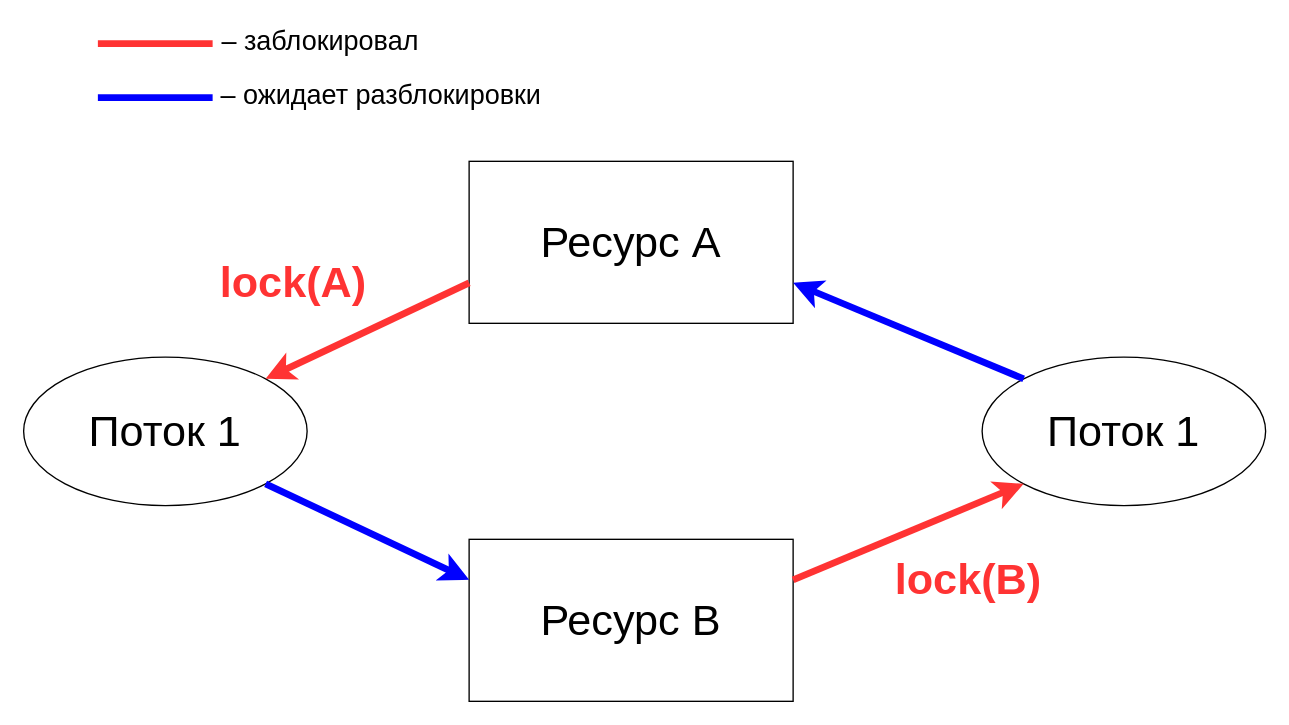
Above: page "Deadlock" (6 of 6) of docs/source/_static/OS/Process/Proc_All.drawio in Steindvart/My_study (draw.io), before the change. Source tidied: cells renumbered, new cells numbered last; positions are measured from the earlier drawing's top-left corner, leaving out a move shared by most shapes. Both pictures are drawn from the tidied source at 135%, with x=0, y=0 at pixel (23, 26).
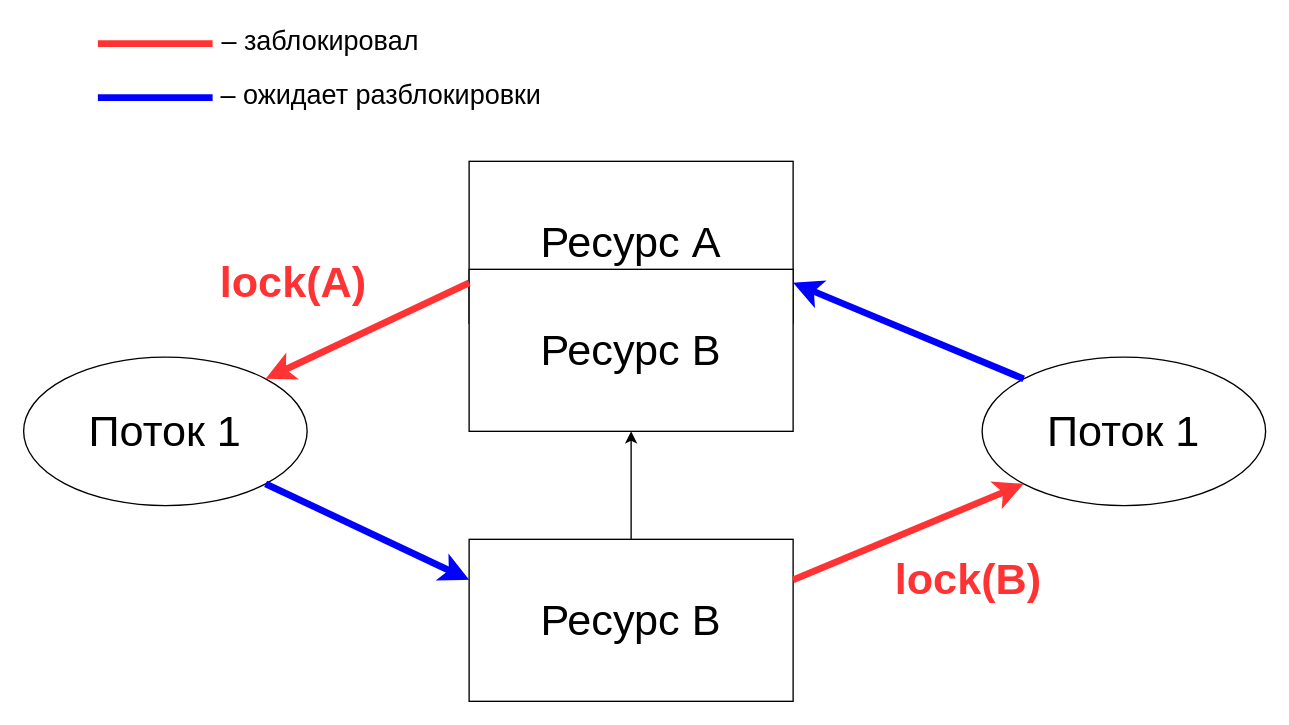
The same diagram, later.

What changed in the source:
```diff
@@
 <mxGraphModel>
   <root>
     <mxCell id="0" />
     <mxCell id="1" parent="0" />
     <mxCell id="2" value="&lt;font style=&quot;font-size: 32px&quot;&gt;Ресурс А&lt;/font&gt;" style="rounded=0;whiteSpace=wrap;html=1;" parent="1" vertex="1">
       <mxGeometry x="330" y="100" width="240" height="120" as="geometry" />
     </mxCell>
+    <mxCell id="16" style="edgeStyle=orthogonalEdgeStyle;rounded=0;jettySize=auto;html=1;" parent="1" edge="1" source="3" target="17">
+      <mxGeometry relative="1" as="geometry" />
+    </mxCell>
     <mxCell id="3" value="&lt;font style=&quot;font-size: 32px&quot;&gt;Ресурс B&lt;br&gt;&lt;/font&gt;" style="rounded=0;whiteSpace=wrap;html=1;" parent="1" vertex="1">
       <mxGeometry x="330" y="380" width="240" height="120" as="geometry" />
     </mxCell>
+    <mxCell id="17" value="&lt;font style=&quot;font-size: 32px&quot;&gt;Ресурс B&lt;br&gt;&lt;/font&gt;" style="rounded=0;whiteSpace=wrap;html=1;" parent="1" vertex="1">
+      <mxGeometry x="330" y="180" width="240" height="120" as="geometry" />
+    </mxCell>
     <mxCell id="4" value="&lt;font style=&quot;font-size: 32px&quot;&gt;Поток 1&lt;/font&gt;" style="ellipse;whiteSpace=wrap;html=1;" parent="1" vertex="1">
       <mxGeometry y="245" width="210" height="110" as="geometry" />
     </mxCell>
     <mxCell id="5" style="endArrow=classic;html=1;strokeWidth=5;fillColor=#f8cecc;strokeColor=#FF3333;gradientColor=#ea6b66;entryX=1;entryY=0;entryDx=0;entryDy=0;exitX=0;exitY=0.75;exitDx=0;exitDy=0;" parent="1" edge="1" source="2" target="4">
       <mxGeometry relative="1" as="geometry" />
     </mxCell>
     <mxCell id="6" value="&lt;b&gt;&lt;font style=&quot;font-size: 32px&quot; color=&quot;#FF3333&quot;&gt;lock(A)&lt;/font&gt;&lt;/b&gt;" style="text;html=1;strokeColor=none;fillColor=none;align=center;verticalAlign=middle;whiteSpace=wrap;rounded=0;" parent="1" vertex="1">
       <mxGeometry x="140" y="170" width="120" height="40" as="geometry" />
     </mxCell>
     <mxCell id="7" style="endArrow=classic;html=1;strokeWidth=5;exitX=1;exitY=1;exitDx=0;exitDy=0;fillColor=#f8cecc;strokeColor=#0000FF;gradientColor=#ea6b66;entryX=0;entryY=0.25;entryDx=0;entryDy=0;" parent="1" edge="1" source="4" target="3">
       <mxGeometry relative="1" as="geometry" />
     </mxCell>
     <mxCell id="8" value="&lt;font style=&quot;font-size: 32px&quot;&gt;Поток 1&lt;/font&gt;" style="ellipse;whiteSpace=wrap;html=1;" parent="1" vertex="1">
       <mxGeometry x="710" y="245" width="210" height="110" as="geometry" />
     </mxCell>
     <mxCell id="9" style="endArrow=classic;html=1;strokeWidth=5;exitX=0;exitY=0;exitDx=0;exitDy=0;fillColor=#f8cecc;strokeColor=#0000FF;gradientColor=#ea6b66;entryX=1;entryY=0.75;entryDx=0;entryDy=0;" parent="1" edge="1" source="8" target="2">
       <mxGeometry relative="1" as="geometry" />
     </mxCell>
     <mxCell id="10" style="endArrow=classic;html=1;strokeWidth=5;fillColor=#f8cecc;strokeColor=#FF3333;gradientColor=#ea6b66;entryX=0;entryY=1;entryDx=0;entryDy=0;exitX=1;exitY=0.25;exitDx=0;exitDy=0;" parent="1" edge="1" source="3" target="8">
       <mxGeometry relative="1" as="geometry" />
     </mxCell>
     <mxCell id="11" value="&lt;b&gt;&lt;font style=&quot;font-size: 32px&quot; color=&quot;#FF3333&quot;&gt;lock(B)&lt;/font&gt;&lt;/b&gt;" style="text;html=1;strokeColor=none;fillColor=none;align=center;verticalAlign=middle;whiteSpace=wrap;rounded=0;" parent="1" vertex="1">
       <mxGeometry x="640" y="390" width="120" height="40" as="geometry" />
     </mxCell>
     <mxCell id="12" style="endArrow=none;html=1;strokeColor=#FF3333;strokeWidth=5;" parent="1" edge="1">
       <mxGeometry relative="1" as="geometry">
         <mxPoint x="55" y="12.9" as="sourcePoint" />
         <mxPoint x="140" y="12.9" as="targetPoint" />
       </mxGeometry>
     </mxCell>
     <mxCell id="13" value="&lt;font style=&quot;font-size: 20px&quot;&gt;– заблокировал&lt;/font&gt;" style="text;html=1;strokeColor=none;fillColor=none;align=center;verticalAlign=middle;whiteSpace=wrap;rounded=0;" parent="1" vertex="1">
       <mxGeometry x="130" width="180" height="20" as="geometry" />
     </mxCell>
     <mxCell id="14" style="endArrow=none;html=1;strokeColor=#0000FF;strokeWidth=5;" parent="1" edge="1">
       <mxGeometry relative="1" as="geometry">
         <mxPoint x="55" y="52.9" as="sourcePoint" />
         <mxPoint x="140" y="52.9" as="targetPoint" />
       </mxGeometry>
     </mxCell>
     <mxCell id="15" value="&lt;font style=&quot;font-size: 20px&quot;&gt;– ожидает разблокировки&lt;br&gt;&lt;/font&gt;" style="text;html=1;strokeColor=none;fillColor=none;align=center;verticalAlign=middle;whiteSpace=wrap;rounded=0;" parent="1" vertex="1">
       <mxGeometry x="130" y="40" width="270" height="20" as="geometry" />
     </mxCell>
   </root>
 </mxGraphModel>
```
